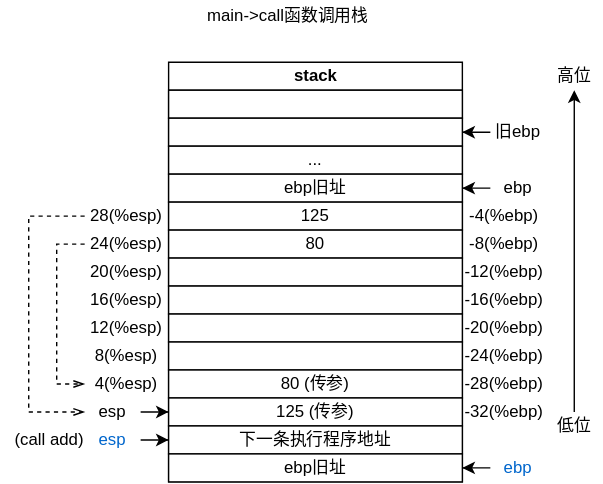
The draw.io diagram drawio/x86callFunc.drawio.svg in Stolorzs/Picgo, before a commit. Source tidied: cells renumbered, new cells last; positions are measured from the earlier drawing's top-left corner, leaving out a move shared by most shapes.
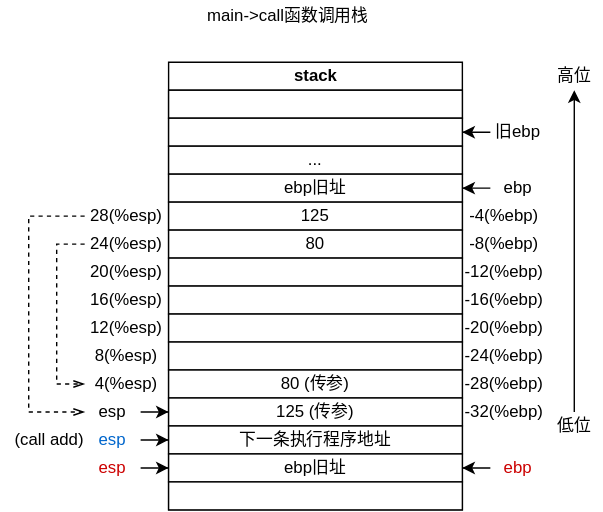
The same diagram one commit later.

Change to the diagram source:
```diff
@@ -3,7 +3,7 @@
     <mxCell id="0" />
     <mxCell id="1" parent="0" />
     <mxCell id="2" value="stack" style="swimlane;horizontal=1;startSize=20;html=1;" parent="1" vertex="1">
-      <mxGeometry x="120" y="45" width="210" height="300" as="geometry" />
+      <mxGeometry x="120" y="45" width="210" height="320" as="geometry" />
     </mxCell>
     <mxCell id="3" style="rounded=0;whiteSpace=wrap;html=1;" parent="2" vertex="1">
       <mxGeometry y="20" width="210" height="20" as="geometry" />
@@ -47,6 +47,9 @@
     <mxCell id="16" value="ebp旧址" style="rounded=0;whiteSpace=wrap;html=1;" parent="2" vertex="1">
       <mxGeometry y="280" width="210" height="20" as="geometry" />
     </mxCell>
+    <mxCell id="50" style="rounded=0;whiteSpace=wrap;html=1;" parent="2" vertex="1">
+      <mxGeometry y="300" width="210" height="20" as="geometry" />
+    </mxCell>
     <mxCell id="17" style="edgeStyle=orthogonalEdgeStyle;rounded=0;jettySize=auto;html=1;" parent="1" edge="1" source="18" target="14">
       <mxGeometry relative="1" as="geometry" />
     </mxCell>
@@ -156,8 +159,14 @@
     <mxCell id="48" style="edgeStyle=orthogonalEdgeStyle;rounded=0;jettySize=auto;html=1;fontFamily=Helvetica;fontSize=12;fontColor=#0066CC;" parent="1" edge="1" source="49" target="16">
       <mxGeometry relative="1" as="geometry" />
     </mxCell>
-    <mxCell id="49" value="ebp" style="text;html=1;align=center;verticalAlign=middle;whiteSpace=wrap;rounded=0;fontColor=#0066CC;" parent="1" vertex="1">
+    <mxCell id="49" value="ebp" style="text;html=1;align=center;verticalAlign=middle;whiteSpace=wrap;rounded=0;fontColor=#CC0000;" parent="1" vertex="1">
       <mxGeometry x="350" y="325" width="40" height="20" as="geometry" />
     </mxCell>
+    <mxCell id="51" style="edgeStyle=orthogonalEdgeStyle;rounded=0;jettySize=auto;html=1;fontFamily=Helvetica;fontSize=12;fontColor=#0066CC;" parent="1" edge="1" source="52" target="16">
+      <mxGeometry relative="1" as="geometry" />
+    </mxCell>
+    <mxCell id="52" value="&lt;font style=&quot;color: rgb(204, 0, 0);&quot;&gt;esp&lt;/font&gt;" style="text;html=1;align=center;verticalAlign=middle;whiteSpace=wrap;rounded=0;fontColor=#0066CC;" parent="1" vertex="1">
+      <mxGeometry x="60" y="325" width="40" height="20" as="geometry" />
+    </mxCell>
   </root>
 </mxGraphModel>
```
